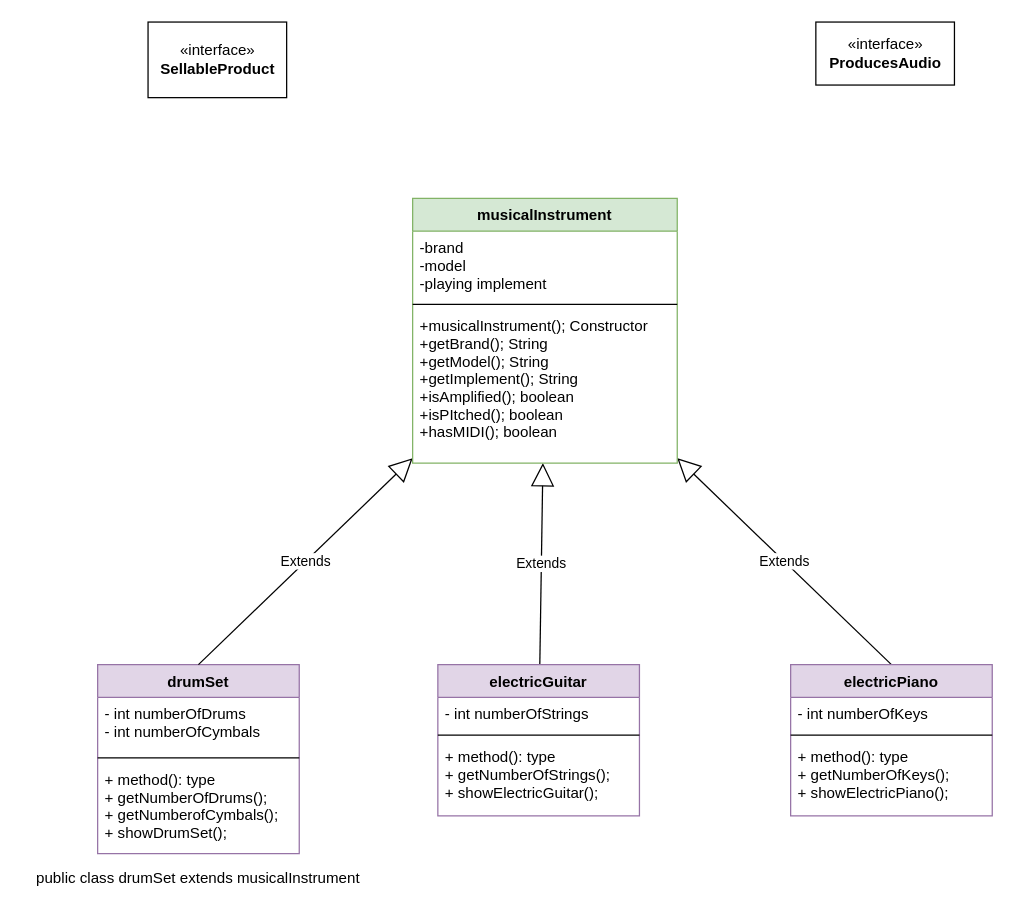
Before: musicalInstrument.drawio in tmart61/thing, a draw.io diagram. Source tidied: cells renumbered, new cells numbered last; positions are measured from the earlier drawing's top-left corner, leaving out a move shared by most shapes. Both pictures are drawn from the tidied source at 126%, with x=0, y=0 at pixel (21, 21).
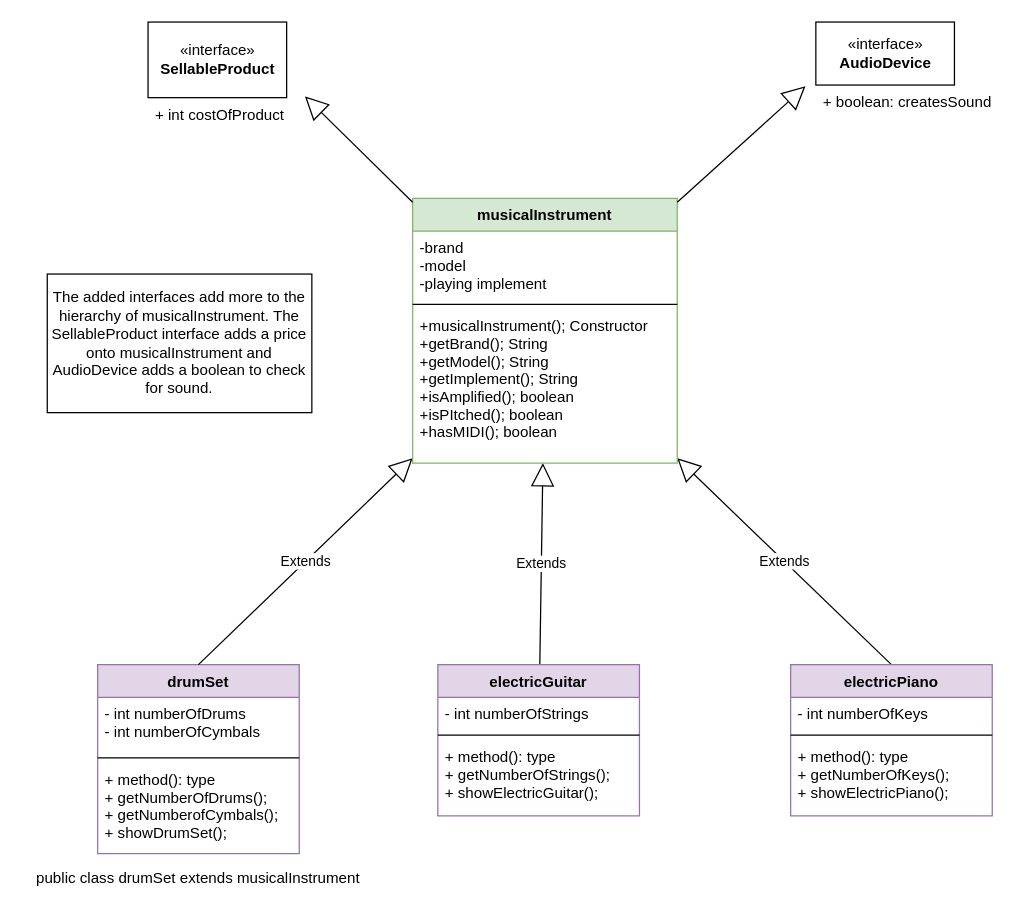
Above is the later version.

The edit, as a diff of the source:
```diff
@@
-    <mxCell id="23" value="«interface»&lt;br&gt;&lt;b&gt;ProducesAudio&lt;/b&gt;" style="html=1;" parent="1" vertex="1">
+    <mxCell id="23" value="«interface»&lt;br&gt;&lt;b&gt;AudioDevice&lt;/b&gt;" style="html=1;" parent="1" vertex="1">
       <mxGeometry x="630" width="110" height="50" as="geometry" />
     </mxCell>
+    <mxCell id="24" value="+ int costOfProduct" style="text;strokeColor=none;fillColor=none;align=left;verticalAlign=top;spacingLeft=4;spacingRight=4;overflow=hidden;points=[[0,0.5],[1,0.5]];portConstraint=eastwest;" parent="1" vertex="1">
+      <mxGeometry x="100" y="60" width="120" height="26" as="geometry" />
+    </mxCell>
+    <mxCell id="25" value="+ boolean: createsSound" style="text;strokeColor=none;fillColor=none;align=left;verticalAlign=top;spacingLeft=4;spacingRight=4;overflow=hidden;points=[[0,0.5],[1,0.5]];portConstraint=eastwest;" parent="1" vertex="1">
+      <mxGeometry x="630" y="50" width="150" height="26" as="geometry" />
+    </mxCell>
+    <mxCell id="26" style="endArrow=block;endSize=16;endFill=0;html=1;entryX=-0.055;entryY=0.038;entryDx=0;entryDy=0;entryPerimeter=0;" parent="1" edge="1" target="25">
+      <mxGeometry relative="1" as="geometry">
+        <mxPoint x="520" y="143" as="sourcePoint" />
+      </mxGeometry>
+    </mxCell>
+    <mxCell id="27" style="endArrow=block;endSize=16;endFill=0;html=1;entryX=1.038;entryY=-0.038;entryDx=0;entryDy=0;entryPerimeter=0;" parent="1" edge="1" target="24">
+      <mxGeometry relative="1" as="geometry">
+        <mxPoint x="310" y="143" as="sourcePoint" />
+      </mxGeometry>
+    </mxCell>
+    <mxCell id="28" value="The added interfaces add more to the hierarchy of musicalInstrument. The SellableProduct interface adds a price onto musicalInstrument and AudioDevice adds a boolean to check for sound." style="text;html=1;fillColor=none;align=center;verticalAlign=middle;whiteSpace=wrap;rounded=0;strokeColor=#000000;" parent="1" vertex="1">
+      <mxGeometry x="20" y="200" width="210" height="110" as="geometry" />
+    </mxCell>
```
